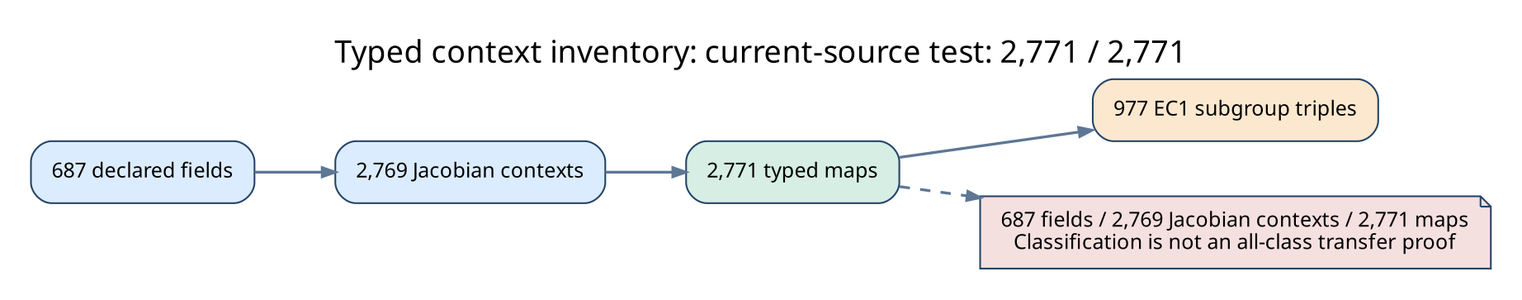
Earlier version of the Graphviz export research/cover_transfer_assessment_20261013/reports/run-20261022T1607Z/typed-context.png (isogeny-labs/crypto). Its source is kept beside it as research/cover_transfer_assessment_20261013/reports/run-20261022T1607Z/typed-context.dot.
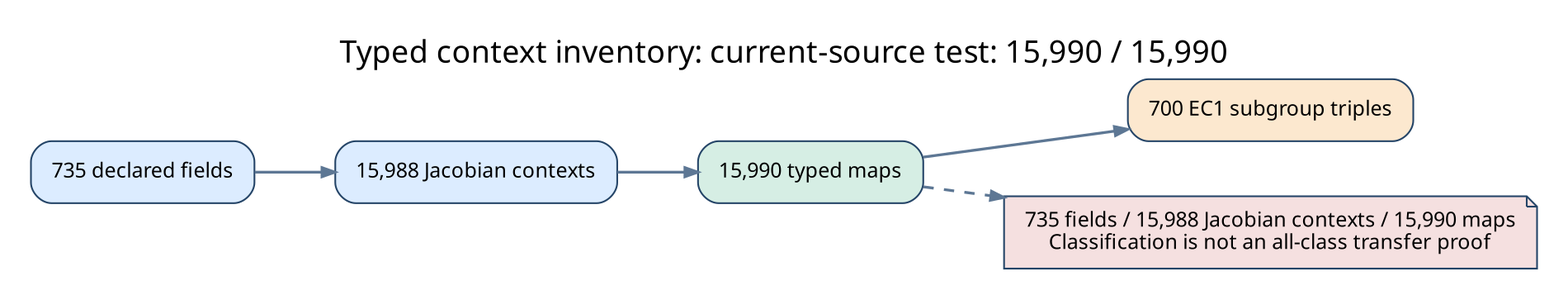
Later version of the same file.

What changed in the source:
```diff
@@ -1,12 +1,12 @@
-digraph cover_context_20261022 {
-  graph [rankdir=LR, bgcolor="#ffffff", pad="0.25", nodesep="0.45", ranksep="0.65", fontname="DejaVu Sans", fontsize=18, label="Typed context inventory: current-source test: 2,771 / 2,771", labelloc=t];
+digraph cover_context_20261023 {
+  graph [rankdir=LR, bgcolor="#ffffff", pad="0.25", nodesep="0.45", ranksep="0.65", fontname="DejaVu Sans", fontsize=18, label="Typed context inventory: current-source test: 15,990 / 15,990", labelloc=t];
   node [shape=box, style="rounded,filled", color="#244467", fillcolor="#eaf2fb", fontname="DejaVu Sans", fontsize=12, margin="0.17,0.11"];
   edge [color="#5d7794", penwidth=1.6, arrowsize=0.75];
-  fields [label="687 declared fields", fillcolor="#dcecff"];
-  jacobians [label="2,769 Jacobian contexts", fillcolor="#dcecff"];
-  maps [label="2,771 typed maps", fillcolor="#d6eee4"];
-  ec1 [label="977 EC1 subgroup triples", fillcolor="#fce8cf"];
+  fields [label="735 declared fields", fillcolor="#dcecff"];
+  jacobians [label="15,988 Jacobian contexts", fillcolor="#dcecff"];
+  maps [label="15,990 typed maps", fillcolor="#d6eee4"];
+  ec1 [label="700 EC1 subgroup triples", fillcolor="#fce8cf"];
   fields -> jacobians -> maps -> ec1;
-  note [shape=note, label="687 fields / 2,769 Jacobian contexts / 2,771 maps\nClassification is not an all-class transfer proof", fillcolor="#f5e0e0"];
+  note [shape=note, label="735 fields / 15,988 Jacobian contexts / 15,990 maps\nClassification is not an all-class transfer proof", fillcolor="#f5e0e0"];
   maps -> note [style=dashed];
 }
```
